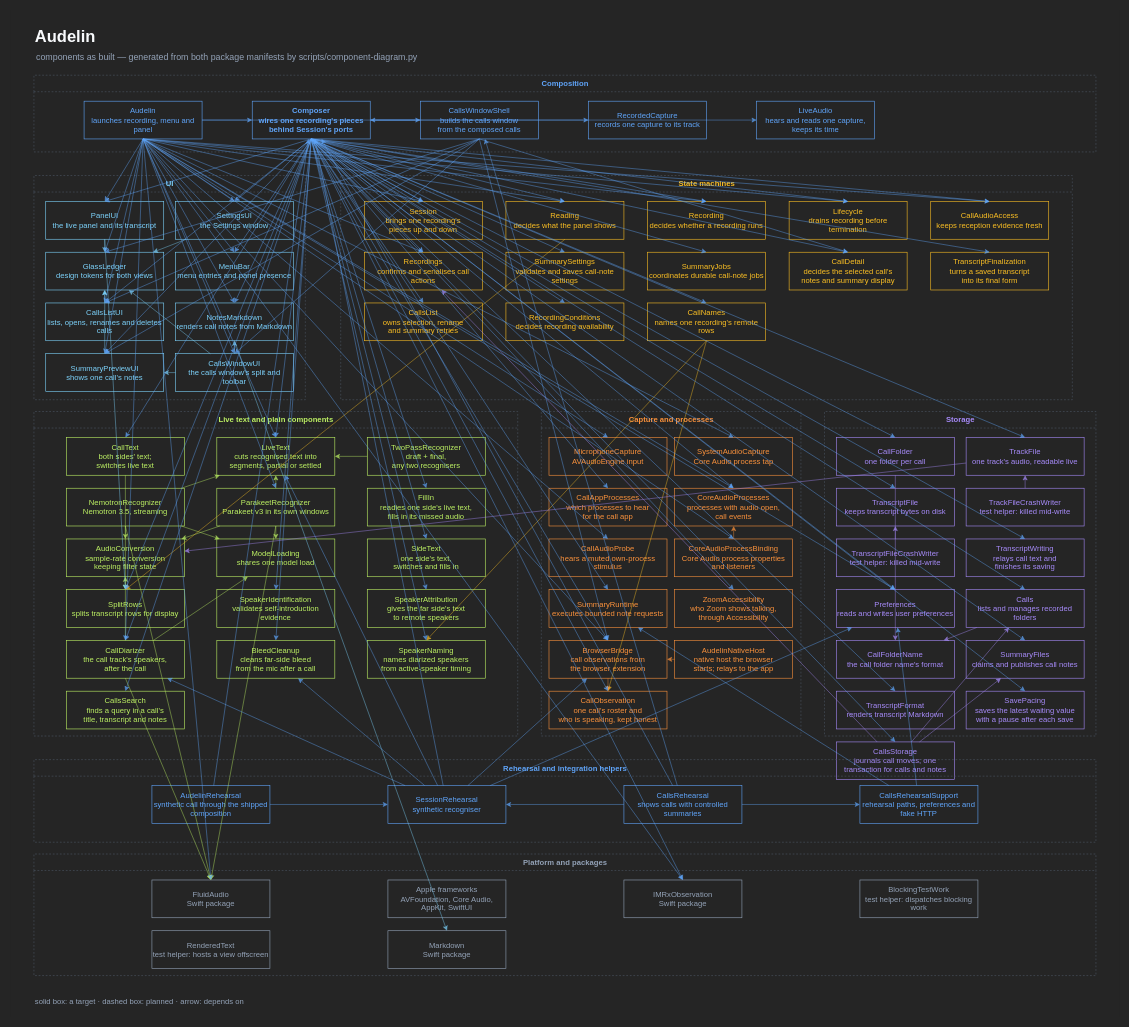
Earlier version of the draw.io diagram audelin/docs/live-text.drawio (igor1309/ai-labs). Source tidied: cells renumbered, new cells numbered last; positions are measured from the earlier drawing's top-left corner, leaving out a move shared by most shapes. Both pictures are drawn from the tidied source at 59%, with x=0, y=0 at pixel (10, 10).
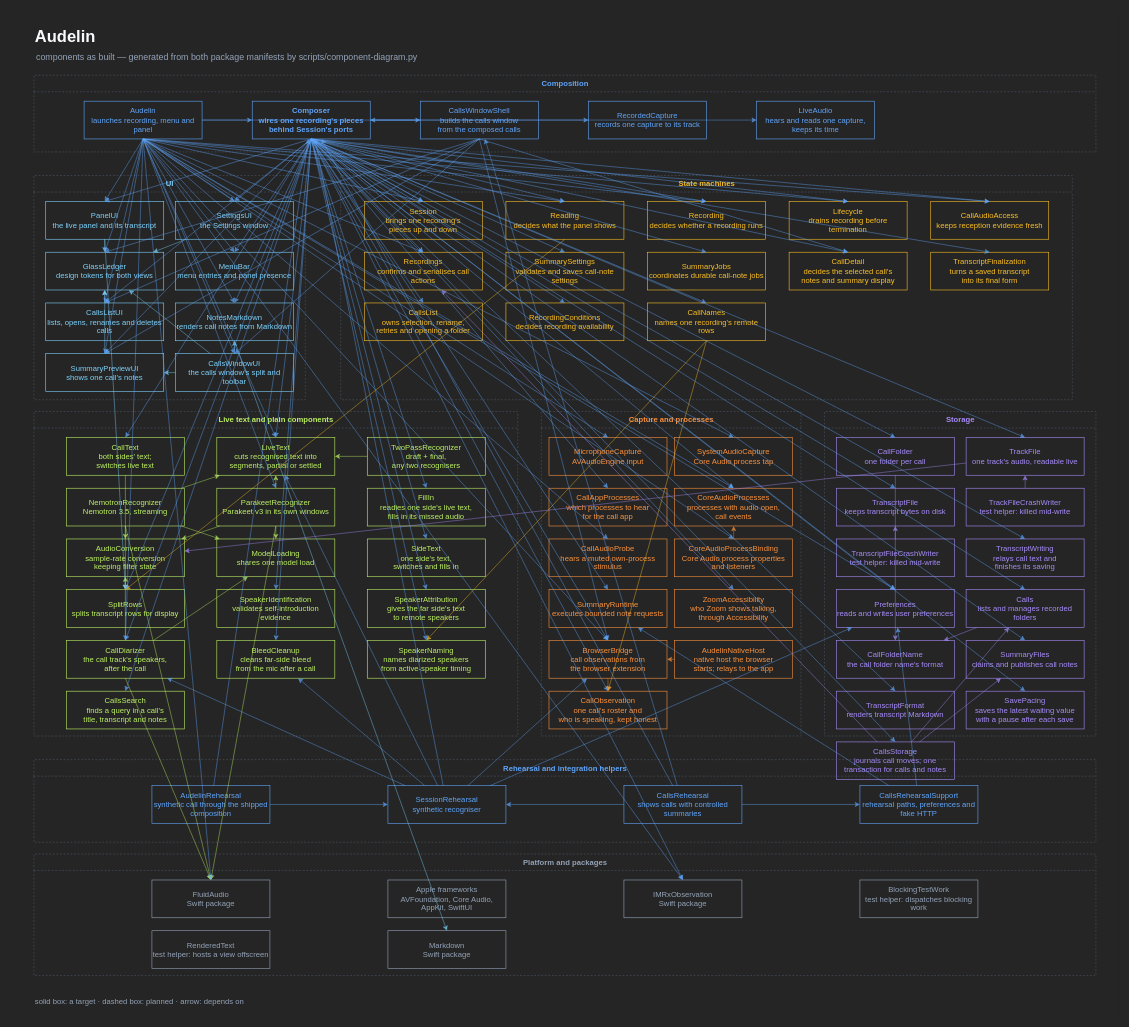
Above is the later version.

Commit message (it also covers changes not shown here):
audelin: CallsList owns opening a call's folder (LAB-1553)

Unchanged cells that the change refers to:
```xml
<mxCell id="8" value="State machines" style="swimlane;startSize=28;rounded=0;html=1;fillColor=none;strokeColor=#4b5563;dashed=1;fontSize=13;fontColor=#fbbf24;" parent="2" vertex="1">
  <mxGeometry x="560" y="280" width="1240" height="380" as="geometry" />
</mxCell>
```

Change to the diagram source:
```diff
@@
-    <mxCell id="54" value="CallsList&#10;owns selection, rename&#10;and summary retries" style="rounded=0;whiteSpace=wrap;html=1;fillColor=#252525;strokeColor=#fbbf24;fontColor=#fbbf24;fontSize=13;" parent="8" vertex="1">
+    <mxCell id="54" value="CallsList&#10;owns selection, rename,&#10;retries and opening a folder" style="rounded=0;whiteSpace=wrap;html=1;fillColor=#252525;strokeColor=#fbbf24;fontColor=#fbbf24;fontSize=13;" parent="8" vertex="1">
       <mxGeometry x="40" y="216" width="200" height="64" as="geometry" />
     </mxCell>
```
